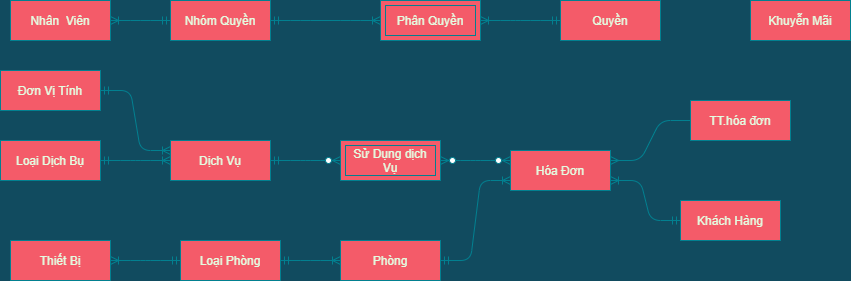
Earlier version of the draw.io export EntityRelationship-QLKS.png (maialino123/QLKS). Source tidied: cells renumbered, new cells last; positions are measured from the earlier drawing's top-left corner, leaving out a move shared by most shapes.
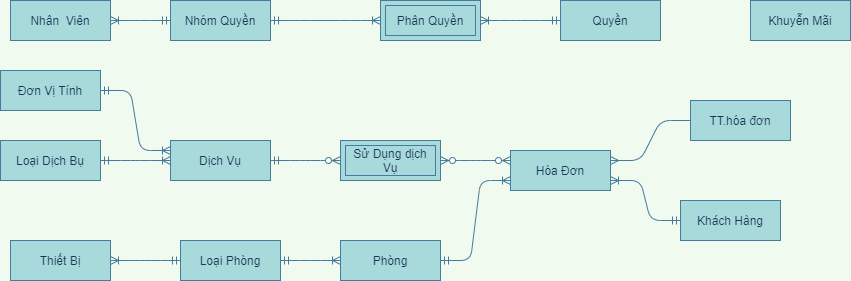
The same diagram one commit later.

Change to the diagram source:
```diff
@@ -1,88 +1,88 @@
-<mxGraphModel background="#114B5F">
+<mxGraphModel background="#F1FAEE">
   <root>
     <mxCell id="0" />
     <mxCell id="1" parent="0" />
-    <mxCell id="2" style="edgeStyle=entityRelationEdgeStyle;fontSize=12;html=1;endArrow=ERoneToMany;startArrow=ERmandOne;strokeColor=#028090;fillColor=#F45B69;fontColor=#E4FDE1;exitX=1;exitY=0.5;exitDx=0;exitDy=0;entryX=0;entryY=0.5;entryDx=0;entryDy=0;labelBackgroundColor=#114B5F;" parent="1" edge="1" source="17" target="18">
+    <mxCell id="2" style="edgeStyle=entityRelationEdgeStyle;fontSize=12;html=1;endArrow=ERoneToMany;startArrow=ERmandOne;strokeColor=#457B9D;fillColor=#A8DADC;fontColor=#1D3557;exitX=1;exitY=0.5;exitDx=0;exitDy=0;entryX=0;entryY=0.5;entryDx=0;entryDy=0;labelBackgroundColor=#F1FAEE;" parent="1" edge="1" source="17" target="18">
       <mxGeometry relative="1" as="geometry" />
     </mxCell>
-    <mxCell id="3" style="edgeStyle=entityRelationEdgeStyle;fontSize=12;html=1;endArrow=ERoneToMany;startArrow=ERmandOne;strokeColor=#028090;fillColor=#F45B69;fontColor=#E4FDE1;entryX=1;entryY=0.5;entryDx=0;entryDy=0;exitX=0;exitY=0.5;exitDx=0;exitDy=0;labelBackgroundColor=#114B5F;" parent="1" edge="1" source="17" target="16">
+    <mxCell id="3" style="edgeStyle=entityRelationEdgeStyle;fontSize=12;html=1;endArrow=ERoneToMany;startArrow=ERmandOne;strokeColor=#457B9D;fillColor=#A8DADC;fontColor=#1D3557;entryX=1;entryY=0.5;entryDx=0;entryDy=0;exitX=0;exitY=0.5;exitDx=0;exitDy=0;labelBackgroundColor=#F1FAEE;" parent="1" edge="1" source="17" target="16">
       <mxGeometry relative="1" as="geometry" />
     </mxCell>
-    <mxCell id="4" style="edgeStyle=entityRelationEdgeStyle;fontSize=12;html=1;endArrow=ERoneToMany;startArrow=ERmandOne;strokeColor=#028090;fontColor=#E4FDE1;exitX=1;exitY=0.5;exitDx=0;exitDy=0;entryX=0;entryY=0.5;entryDx=0;entryDy=0;labelBackgroundColor=#114B5F;" parent="1" edge="1" source="13" target="14">
+    <mxCell id="4" style="edgeStyle=entityRelationEdgeStyle;fontSize=12;html=1;endArrow=ERoneToMany;startArrow=ERmandOne;strokeColor=#457B9D;fontColor=#1D3557;exitX=1;exitY=0.5;exitDx=0;exitDy=0;entryX=0;entryY=0.5;entryDx=0;entryDy=0;labelBackgroundColor=#F1FAEE;" parent="1" edge="1" source="13" target="14">
       <mxGeometry relative="1" as="geometry" />
     </mxCell>
-    <mxCell id="5" style="edgeStyle=entityRelationEdgeStyle;fontSize=12;html=1;endArrow=ERzeroToMany;startArrow=ERmandOne;entryX=0;entryY=0.5;entryDx=0;entryDy=0;strokeColor=#028090;fontColor=#E4FDE1;exitX=1;exitY=0.5;exitDx=0;exitDy=0;labelBackgroundColor=#114B5F;" parent="1" edge="1" source="14" target="6">
+    <mxCell id="5" style="edgeStyle=entityRelationEdgeStyle;fontSize=12;html=1;endArrow=ERzeroToMany;startArrow=ERmandOne;entryX=0;entryY=0.5;entryDx=0;entryDy=0;strokeColor=#457B9D;fontColor=#1D3557;exitX=1;exitY=0.5;exitDx=0;exitDy=0;labelBackgroundColor=#F1FAEE;" parent="1" edge="1" source="14" target="6">
       <mxGeometry relative="1" as="geometry" />
     </mxCell>
-    <mxCell id="6" value="Sử Dụng dịch Vụ" style="shape=ext;margin=3;double=1;whiteSpace=wrap;html=1;align=center;strokeColor=#028090;fillColor=#F45B69;fontColor=#E4FDE1;" parent="1" vertex="1">
+    <mxCell id="6" value="Sử Dụng dịch Vụ" style="shape=ext;margin=3;double=1;whiteSpace=wrap;html=1;align=center;strokeColor=#457B9D;fillColor=#A8DADC;fontColor=#1D3557;" parent="1" vertex="1">
       <mxGeometry x="340" y="140" width="100" height="40" as="geometry" />
     </mxCell>
-    <mxCell id="7" style="edgeStyle=entityRelationEdgeStyle;fontSize=12;html=1;endArrow=ERoneToMany;startArrow=ERmandOne;strokeColor=#028090;fontColor=#E4FDE1;entryX=1;entryY=0.5;entryDx=0;entryDy=0;exitX=0;exitY=0.5;exitDx=0;exitDy=0;labelBackgroundColor=#114B5F;" parent="1" edge="1" source="11" target="8">
+    <mxCell id="7" style="edgeStyle=entityRelationEdgeStyle;fontSize=12;html=1;endArrow=ERoneToMany;startArrow=ERmandOne;strokeColor=#457B9D;fontColor=#1D3557;entryX=1;entryY=0.5;entryDx=0;entryDy=0;exitX=0;exitY=0.5;exitDx=0;exitDy=0;labelBackgroundColor=#F1FAEE;" parent="1" edge="1" source="11" target="8">
       <mxGeometry relative="1" as="geometry" />
     </mxCell>
-    <mxCell id="8" value="Phân Quyền" style="shape=ext;margin=3;double=1;whiteSpace=wrap;html=1;align=center;strokeColor=#028090;fillColor=#F45B69;fontColor=#E4FDE1;" parent="1" vertex="1">
+    <mxCell id="8" value="Phân Quyền" style="shape=ext;margin=3;double=1;whiteSpace=wrap;html=1;align=center;strokeColor=#457B9D;fillColor=#A8DADC;fontColor=#1D3557;" parent="1" vertex="1">
       <mxGeometry x="380" width="100" height="40" as="geometry" />
     </mxCell>
-    <mxCell id="9" style="edgeStyle=entityRelationEdgeStyle;fontSize=12;html=1;endArrow=ERoneToMany;startArrow=ERmandOne;strokeColor=#028090;fontColor=#E4FDE1;exitX=0;exitY=0.5;exitDx=0;exitDy=0;entryX=1;entryY=0.5;entryDx=0;entryDy=0;labelBackgroundColor=#114B5F;" parent="1" edge="1" source="10" target="12">
+    <mxCell id="9" style="edgeStyle=entityRelationEdgeStyle;fontSize=12;html=1;endArrow=ERoneToMany;startArrow=ERmandOne;strokeColor=#457B9D;fontColor=#1D3557;exitX=0;exitY=0.5;exitDx=0;exitDy=0;entryX=1;entryY=0.5;entryDx=0;entryDy=0;labelBackgroundColor=#F1FAEE;" parent="1" edge="1" source="10" target="12">
       <mxGeometry relative="1" as="geometry" />
     </mxCell>
-    <mxCell id="10" value="Nhóm Quyền" style="whiteSpace=wrap;html=1;align=center;rounded=0;sketch=0;strokeColor=#028090;fillColor=#F45B69;fontColor=#E4FDE1;" parent="1" vertex="1">
+    <mxCell id="10" value="Nhóm Quyền" style="whiteSpace=wrap;html=1;align=center;rounded=0;sketch=0;strokeColor=#457B9D;fillColor=#A8DADC;fontColor=#1D3557;" parent="1" vertex="1">
       <mxGeometry x="170" width="100" height="40" as="geometry" />
     </mxCell>
-    <mxCell id="11" value="Quyền" style="whiteSpace=wrap;html=1;align=center;rounded=0;sketch=0;strokeColor=#028090;fillColor=#F45B69;fontColor=#E4FDE1;" parent="1" vertex="1">
+    <mxCell id="11" value="Quyền" style="whiteSpace=wrap;html=1;align=center;rounded=0;sketch=0;strokeColor=#457B9D;fillColor=#A8DADC;fontColor=#1D3557;" parent="1" vertex="1">
       <mxGeometry x="560" width="100" height="40" as="geometry" />
     </mxCell>
-    <mxCell id="12" value="Nhân&amp;nbsp; Viên" style="whiteSpace=wrap;html=1;align=center;rounded=0;sketch=0;strokeColor=#028090;fillColor=#F45B69;fontColor=#E4FDE1;" parent="1" vertex="1">
+    <mxCell id="12" value="Nhân&amp;nbsp; Viên" style="whiteSpace=wrap;html=1;align=center;rounded=0;sketch=0;strokeColor=#457B9D;fillColor=#A8DADC;fontColor=#1D3557;" parent="1" vertex="1">
       <mxGeometry x="10" width="100" height="40" as="geometry" />
     </mxCell>
-    <mxCell id="13" value="Loại Dịch Bụ" style="whiteSpace=wrap;html=1;align=center;rounded=0;sketch=0;strokeColor=#028090;fillColor=#F45B69;fontColor=#E4FDE1;" parent="1" vertex="1">
+    <mxCell id="13" value="Loại Dịch Bụ" style="whiteSpace=wrap;html=1;align=center;rounded=0;sketch=0;strokeColor=#457B9D;fillColor=#A8DADC;fontColor=#1D3557;" parent="1" vertex="1">
       <mxGeometry y="140" width="100" height="40" as="geometry" />
     </mxCell>
-    <mxCell id="14" value="Dịch Vụ" style="whiteSpace=wrap;html=1;align=center;rounded=0;sketch=0;strokeColor=#028090;fillColor=#F45B69;fontColor=#E4FDE1;" parent="1" vertex="1">
+    <mxCell id="14" value="Dịch Vụ" style="whiteSpace=wrap;html=1;align=center;rounded=0;sketch=0;strokeColor=#457B9D;fillColor=#A8DADC;fontColor=#1D3557;" parent="1" vertex="1">
       <mxGeometry x="170" y="140" width="100" height="40" as="geometry" />
     </mxCell>
-    <mxCell id="15" value="Khuyễn Mãi" style="whiteSpace=wrap;html=1;align=center;rounded=0;sketch=0;strokeColor=#028090;fillColor=#F45B69;fontColor=#E4FDE1;" parent="1" vertex="1">
+    <mxCell id="15" value="Khuyễn Mãi" style="whiteSpace=wrap;html=1;align=center;rounded=0;sketch=0;strokeColor=#457B9D;fillColor=#A8DADC;fontColor=#1D3557;" parent="1" vertex="1">
       <mxGeometry x="750" width="100" height="40" as="geometry" />
     </mxCell>
-    <mxCell id="16" value="Thiết Bị" style="whiteSpace=wrap;html=1;align=center;rounded=0;sketch=0;strokeColor=#028090;fillColor=#F45B69;fontColor=#E4FDE1;" parent="1" vertex="1">
+    <mxCell id="16" value="Thiết Bị" style="whiteSpace=wrap;html=1;align=center;rounded=0;sketch=0;strokeColor=#457B9D;fillColor=#A8DADC;fontColor=#1D3557;" parent="1" vertex="1">
       <mxGeometry x="10" y="240" width="100" height="40" as="geometry" />
     </mxCell>
-    <mxCell id="17" value="Loại Phòng" style="whiteSpace=wrap;html=1;align=center;rounded=0;sketch=0;strokeColor=#028090;fillColor=#F45B69;fontColor=#E4FDE1;" parent="1" vertex="1">
+    <mxCell id="17" value="Loại Phòng" style="whiteSpace=wrap;html=1;align=center;rounded=0;sketch=0;strokeColor=#457B9D;fillColor=#A8DADC;fontColor=#1D3557;" parent="1" vertex="1">
       <mxGeometry x="180" y="240" width="100" height="40" as="geometry" />
     </mxCell>
-    <mxCell id="18" value="Phòng" style="whiteSpace=wrap;html=1;align=center;rounded=0;sketch=0;strokeColor=#028090;fillColor=#F45B69;fontColor=#E4FDE1;" parent="1" vertex="1">
+    <mxCell id="18" value="Phòng" style="whiteSpace=wrap;html=1;align=center;rounded=0;sketch=0;strokeColor=#457B9D;fillColor=#A8DADC;fontColor=#1D3557;" parent="1" vertex="1">
       <mxGeometry x="340" y="240" width="100" height="40" as="geometry" />
     </mxCell>
-    <mxCell id="19" value="Khách Hàng" style="whiteSpace=wrap;html=1;align=center;rounded=0;sketch=0;strokeColor=#028090;fillColor=#F45B69;fontColor=#E4FDE1;" parent="1" vertex="1">
+    <mxCell id="19" value="Khách Hàng" style="whiteSpace=wrap;html=1;align=center;rounded=0;sketch=0;strokeColor=#457B9D;fillColor=#A8DADC;fontColor=#1D3557;" parent="1" vertex="1">
       <mxGeometry x="680" y="200" width="100" height="40" as="geometry" />
     </mxCell>
-    <mxCell id="20" value="Hóa Đơn" style="whiteSpace=wrap;html=1;align=center;rounded=0;sketch=0;strokeColor=#028090;fillColor=#F45B69;fontColor=#E4FDE1;" parent="1" vertex="1">
+    <mxCell id="20" value="Hóa Đơn" style="whiteSpace=wrap;html=1;align=center;rounded=0;sketch=0;strokeColor=#457B9D;fillColor=#A8DADC;fontColor=#1D3557;" parent="1" vertex="1">
       <mxGeometry x="510" y="150" width="100" height="40" as="geometry" />
     </mxCell>
-    <mxCell id="21" style="edgeStyle=entityRelationEdgeStyle;fontSize=12;html=1;endArrow=ERoneToMany;startArrow=ERmandOne;strokeColor=#028090;fontColor=#E4FDE1;exitX=1;exitY=0.5;exitDx=0;exitDy=0;labelBackgroundColor=#114B5F;" parent="1" edge="1" source="10" target="8">
+    <mxCell id="21" style="edgeStyle=entityRelationEdgeStyle;fontSize=12;html=1;endArrow=ERoneToMany;startArrow=ERmandOne;strokeColor=#457B9D;fontColor=#1D3557;exitX=1;exitY=0.5;exitDx=0;exitDy=0;labelBackgroundColor=#F1FAEE;" parent="1" edge="1" source="10" target="8">
       <mxGeometry relative="1" as="geometry" />
     </mxCell>
-    <mxCell id="22" style="edgeStyle=entityRelationEdgeStyle;fontSize=12;html=1;endArrow=ERoneToMany;startArrow=ERmandOne;strokeColor=#028090;fillColor=#F45B69;exitX=1;exitY=0.5;exitDx=0;exitDy=0;entryX=0;entryY=0.75;entryDx=0;entryDy=0;fontColor=#E4FDE1;labelBackgroundColor=#114B5F;" parent="1" edge="1" source="18" target="20">
+    <mxCell id="22" style="edgeStyle=entityRelationEdgeStyle;fontSize=12;html=1;endArrow=ERoneToMany;startArrow=ERmandOne;strokeColor=#457B9D;fillColor=#A8DADC;exitX=1;exitY=0.5;exitDx=0;exitDy=0;entryX=0;entryY=0.75;entryDx=0;entryDy=0;fontColor=#1D3557;labelBackgroundColor=#F1FAEE;" parent="1" edge="1" source="18" target="20">
       <mxGeometry relative="1" as="geometry" />
     </mxCell>
-    <mxCell id="23" value="TT.hóa đơn" style="whiteSpace=wrap;html=1;align=center;rounded=0;sketch=0;strokeColor=#028090;fillColor=#F45B69;fontColor=#E4FDE1;" parent="1" vertex="1">
+    <mxCell id="23" value="TT.hóa đơn" style="whiteSpace=wrap;html=1;align=center;rounded=0;sketch=0;strokeColor=#457B9D;fillColor=#A8DADC;fontColor=#1D3557;" parent="1" vertex="1">
       <mxGeometry x="690" y="100" width="100" height="40" as="geometry" />
     </mxCell>
-    <mxCell id="24" style="edgeStyle=entityRelationEdgeStyle;fontSize=12;html=1;endArrow=ERmany;exitX=0;exitY=0.5;exitDx=0;exitDy=0;entryX=1;entryY=0.25;entryDx=0;entryDy=0;strokeColor=#028090;fontColor=#E4FDE1;labelBackgroundColor=#114B5F;" parent="1" edge="1" source="23" target="20">
+    <mxCell id="24" style="edgeStyle=entityRelationEdgeStyle;fontSize=12;html=1;endArrow=ERmany;exitX=0;exitY=0.5;exitDx=0;exitDy=0;entryX=1;entryY=0.25;entryDx=0;entryDy=0;strokeColor=#457B9D;fontColor=#1D3557;labelBackgroundColor=#F1FAEE;" parent="1" edge="1" source="23" target="20">
       <mxGeometry relative="1" as="geometry" />
     </mxCell>
-    <mxCell id="25" value="Đơn Vị Tính" style="whiteSpace=wrap;html=1;align=center;rounded=0;sketch=0;strokeColor=#028090;fillColor=#F45B69;fontColor=#E4FDE1;" parent="1" vertex="1">
+    <mxCell id="25" value="Đơn Vị Tính" style="whiteSpace=wrap;html=1;align=center;rounded=0;sketch=0;strokeColor=#457B9D;fillColor=#A8DADC;fontColor=#1D3557;" parent="1" vertex="1">
       <mxGeometry y="70" width="100" height="40" as="geometry" />
     </mxCell>
-    <mxCell id="26" style="edgeStyle=entityRelationEdgeStyle;fontSize=12;html=1;endArrow=ERoneToMany;startArrow=ERmandOne;strokeColor=#028090;fontColor=#E4FDE1;exitX=1;exitY=0.5;exitDx=0;exitDy=0;entryX=0;entryY=0.25;entryDx=0;entryDy=0;labelBackgroundColor=#114B5F;" parent="1" edge="1" source="25" target="14">
+    <mxCell id="26" style="edgeStyle=entityRelationEdgeStyle;fontSize=12;html=1;endArrow=ERoneToMany;startArrow=ERmandOne;strokeColor=#457B9D;fontColor=#1D3557;exitX=1;exitY=0.5;exitDx=0;exitDy=0;entryX=0;entryY=0.25;entryDx=0;entryDy=0;labelBackgroundColor=#F1FAEE;" parent="1" edge="1" source="25" target="14">
       <mxGeometry relative="1" as="geometry" />
     </mxCell>
-    <mxCell id="27" style="edgeStyle=entityRelationEdgeStyle;fontSize=12;html=1;endArrow=ERzeroToMany;endFill=1;startArrow=ERzeroToMany;exitX=1;exitY=0.5;exitDx=0;exitDy=0;strokeColor=#028090;fontColor=#E4FDE1;labelBackgroundColor=#114B5F;" parent="1" edge="1" source="6">
+    <mxCell id="27" style="edgeStyle=entityRelationEdgeStyle;fontSize=12;html=1;endArrow=ERzeroToMany;endFill=1;startArrow=ERzeroToMany;exitX=1;exitY=0.5;exitDx=0;exitDy=0;strokeColor=#457B9D;fontColor=#1D3557;labelBackgroundColor=#F1FAEE;" parent="1" edge="1" source="6">
       <mxGeometry relative="1" as="geometry">
         <mxPoint x="510" y="160" as="targetPoint" />
       </mxGeometry>
     </mxCell>
-    <mxCell id="28" style="edgeStyle=entityRelationEdgeStyle;fontSize=12;html=1;endArrow=ERoneToMany;startArrow=ERmandOne;entryX=1;entryY=0.75;entryDx=0;entryDy=0;exitX=0;exitY=0.5;exitDx=0;exitDy=0;strokeColor=#028090;fontColor=#E4FDE1;labelBackgroundColor=#114B5F;" parent="1" edge="1" source="19" target="20">
+    <mxCell id="28" style="edgeStyle=entityRelationEdgeStyle;fontSize=12;html=1;endArrow=ERoneToMany;startArrow=ERmandOne;entryX=1;entryY=0.75;entryDx=0;entryDy=0;exitX=0;exitY=0.5;exitDx=0;exitDy=0;strokeColor=#457B9D;fontColor=#1D3557;labelBackgroundColor=#F1FAEE;" parent="1" edge="1" source="19" target="20">
       <mxGeometry relative="1" as="geometry" />
     </mxCell>
   </root>
```
